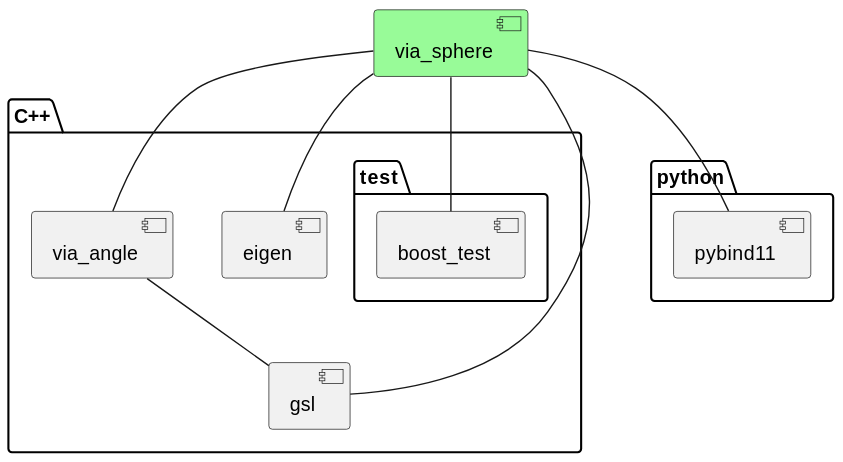
The PlantUML diagram docs/images/sphere_dependencies.svg in kenba/via-sphere-cpp, before a commit. Its diagram source:
```plantuml
@startuml


set namespaceSeparator ::
    component via_sphere #palegreen
    package C++ {
        component eigen
        component via_angle
        component gsl
        package test {
            component boost_test
        }
    }
    package python {
        component pybind11
    }

    via_sphere -- via_angle
    via_sphere -- eigen
    via_sphere -- boost_test
    via_sphere -- pybind11
    via_sphere -- gsl
    via_angle -- gsl
@enduml
```
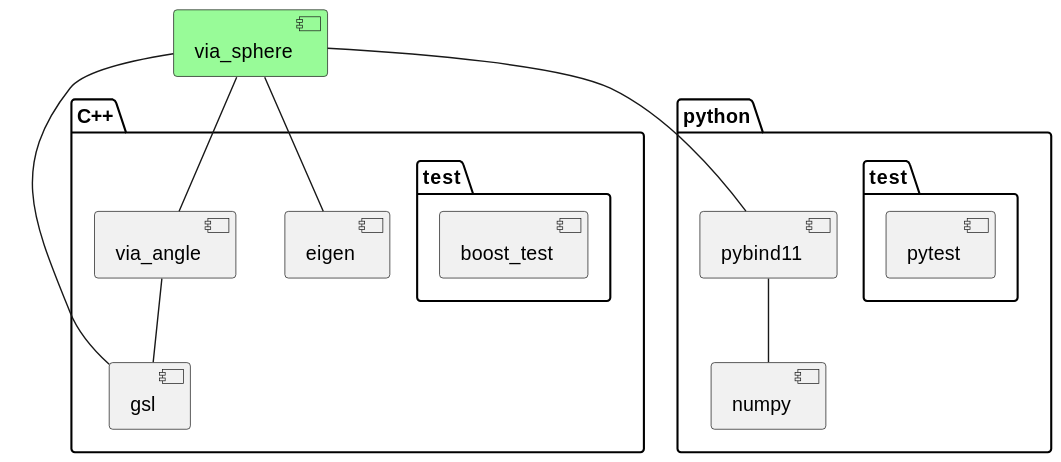
The same diagram one commit later.

Commit message:
Update Sphere dependencies diagram

The edit, as a diff of the source:
```diff
@@ -13,12 +13,16 @@
     }
     package python {
         component pybind11
+        component numpy
+        package test {
+            component pytest
+        }
+        pybind11 -- numpy
     }
 
     via_sphere -- via_angle
     via_sphere -- eigen
-    via_sphere -- boost_test
     via_sphere -- pybind11
-    via_sphere -- gsl
+    via_sphere - gsl
     via_angle -- gsl
 @enduml
```
